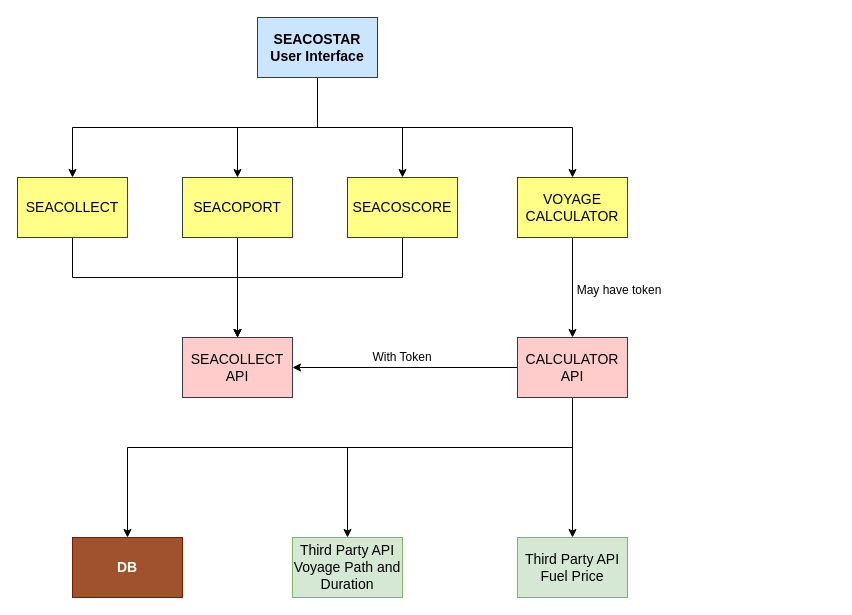
dagistan-tuncbilek/tasarimlar keeps this draw.io diagram as page "Voyage Calculater" (12 of 12) of mrvtool.drawio. Above is the earlier version. Source tidied: cells renumbered, new cells numbered last; positions are measured from the earlier drawing's top-left corner, leaving out a move shared by most shapes. Both pictures are drawn from the tidied source at 100%, with x=0, y=0 at pixel (17, 17).
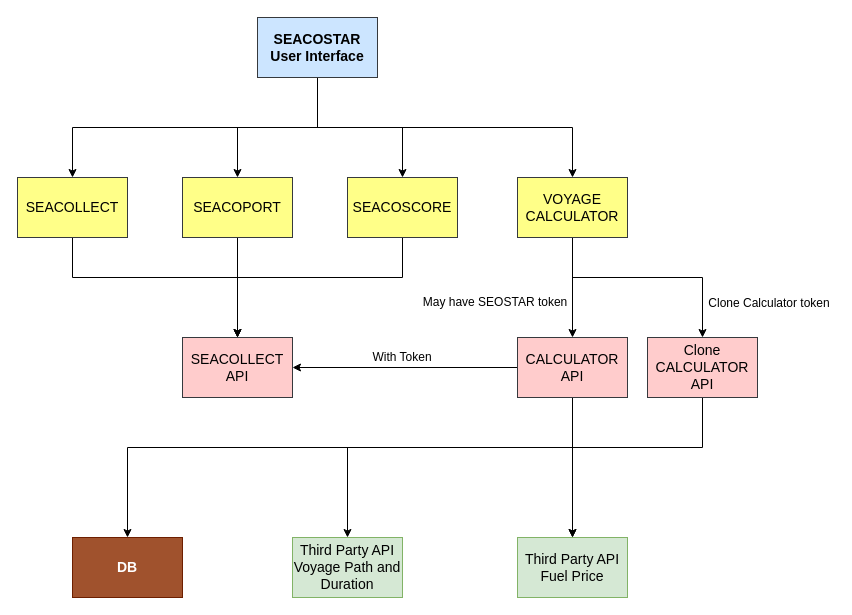
After the change.

Unchanged cells that the change refers to:
```xml
<mxCell id="14" value="VOYAGE CALCULATOR" style="rounded=0;whiteSpace=wrap;html=1;fillColor=#ffff88;strokeColor=#36393d;fontSize=14;fontStyle=0;" parent="1" vertex="1">
  <mxGeometry x="500" y="160" width="110" height="60" as="geometry" />
</mxCell>
<mxCell id="22" value="&lt;div&gt;Third Party API&lt;/div&gt;&lt;div&gt;Fuel Price&lt;/div&gt;" style="rounded=0;whiteSpace=wrap;html=1;fillColor=#d5e8d4;strokeColor=#82b366;fontSize=14;fontStyle=0;" parent="1" vertex="1">
  <mxGeometry x="500" y="520" width="110" height="60" as="geometry" />
</mxCell>
```

The edit, as a diff of the source:
```diff
@@
+    <mxCell id="26" style="edgeStyle=orthogonalEdgeStyle;rounded=0;jettySize=auto;html=1;entryX=0.5;entryY=0;entryDx=0;entryDy=0;" parent="1" edge="1" source="14" target="28">
+      <mxGeometry relative="1" as="geometry">
+        <Array as="points">
+          <mxPoint x="555" y="260" />
+          <mxPoint x="685" y="260" />
+        </Array>
+      </mxGeometry>
+    </mxCell>
@@
-    <mxCell id="24" value="May have token" style="text;html=1;align=center;verticalAlign=middle;whiteSpace=wrap;rounded=0;fontStyle=0;" parent="1" vertex="1">
-      <mxGeometry x="537" y="258" width="130" height="30" as="geometry" />
+    <mxCell id="24" value="May have SEOSTAR token" style="text;html=1;align=center;verticalAlign=middle;whiteSpace=wrap;rounded=0;fontStyle=0;" parent="1" vertex="1">
+      <mxGeometry x="388" y="270" width="180" height="30" as="geometry" />
     </mxCell>
@@
+    <mxCell id="27" style="edgeStyle=orthogonalEdgeStyle;rounded=0;jettySize=auto;html=1;entryX=0.5;entryY=0;entryDx=0;entryDy=0;" parent="1" edge="1" source="28" target="22">
+      <mxGeometry relative="1" as="geometry">
+        <Array as="points">
+          <mxPoint x="685" y="430" />
+          <mxPoint x="555" y="430" />
+        </Array>
+      </mxGeometry>
+    </mxCell>
+    <mxCell id="28" value="Clone CALCULATOR API" style="rounded=0;whiteSpace=wrap;html=1;fillColor=#ffcccc;strokeColor=#36393d;fontSize=14;fontStyle=0;" parent="1" vertex="1">
+      <mxGeometry x="630" y="320" width="110" height="60" as="geometry" />
+    </mxCell>
+    <mxCell id="29" value="Clone Calculator token" style="text;html=1;align=center;verticalAlign=middle;whiteSpace=wrap;rounded=0;fontStyle=0;" parent="1" vertex="1">
+      <mxGeometry x="687" y="271" width="130" height="30" as="geometry" />
+    </mxCell>
```
